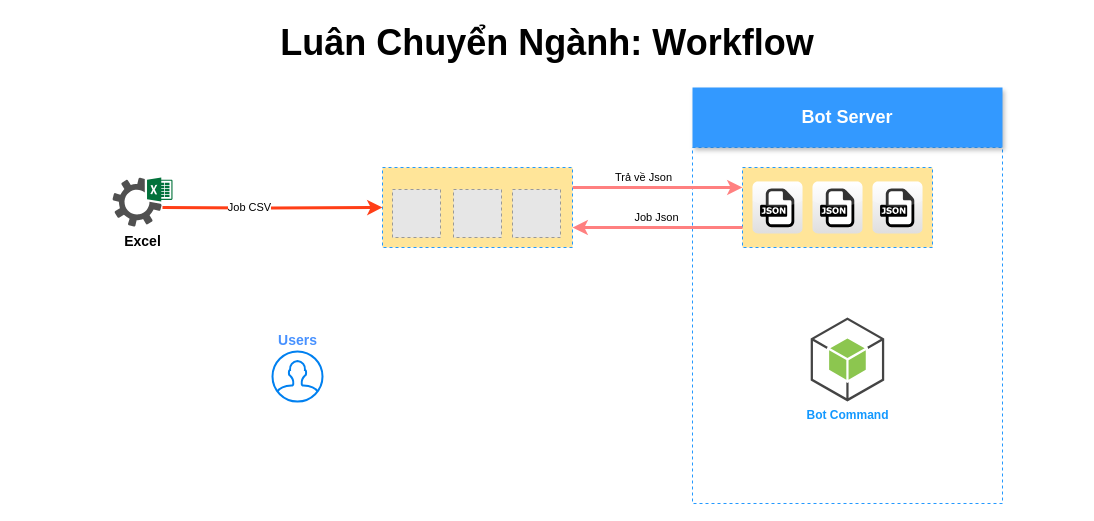
Earlier version of the draw.io diagram page "LCN Schema" (2 of 2) of Untitled Diagram.drawio (moondoan/chart). Source tidied: cells renumbered, new cells numbered last; positions are measured from the earlier drawing's top-left corner, leaving out a move shared by most shapes. Both pictures are drawn from the tidied source at 100%, with x=0, y=0 at pixel (17, 17). Pictures stored in the file or linked from it are replaced by grey dashed boxes.
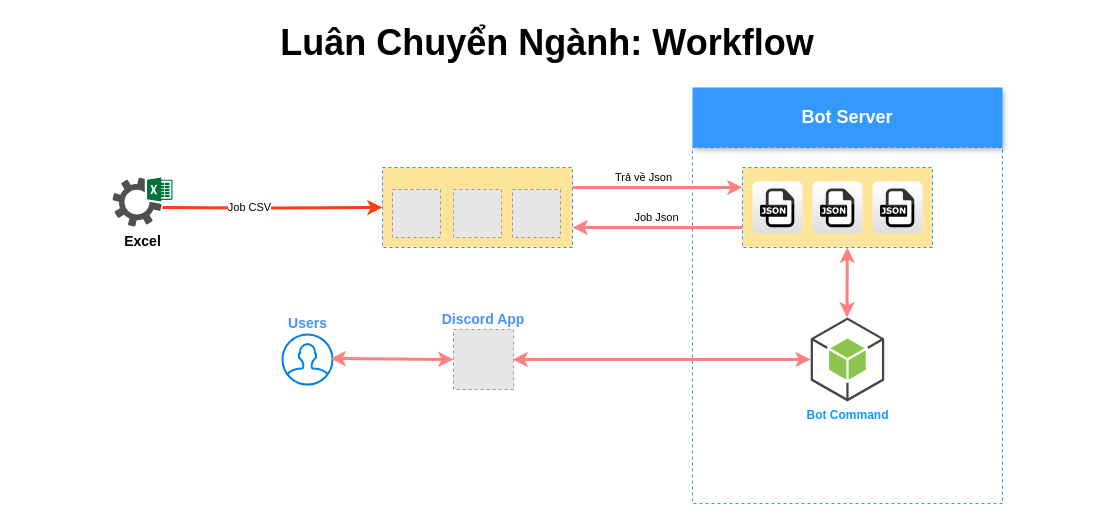
After the change.

Unchanged cells that the change refers to:
```xml
<mxCell id="20" value="&lt;font color=&quot;#1298ff&quot;&gt;&lt;b&gt;Bot Command&lt;br&gt;&lt;/b&gt;&lt;/font&gt;" style="outlineConnect=0;dashed=0;verticalLabelPosition=bottom;verticalAlign=top;align=center;html=1;shape=mxgraph.aws3.android;fillColor=#8CC64F;gradientColor=none;fontFamily=Helvetica;fontSize=12;fontColor=default;labelPosition=center;" parent="1" vertex="1">
  <mxGeometry x="793.2" y="300" width="73.5" height="84" as="geometry" />
</mxCell>
```

Change to the diagram source:
```diff
@@
     <mxCell id="21" value="&lt;div style=&quot;font-size: 14px;&quot;&gt;&lt;font style=&quot;font-size: 14px;&quot; color=&quot;#4791ff&quot;&gt;&lt;b style=&quot;font-size: 14px;&quot;&gt;Users&lt;/b&gt;&lt;/font&gt;&lt;/div&gt;" style="html=1;verticalLabelPosition=top;align=center;labelBackgroundColor=#ffffff;verticalAlign=bottom;strokeWidth=2;strokeColor=#0080F0;shadow=0;dashed=0;shape=mxgraph.ios7.icons.user;labelPosition=center;fontSize=14;spacingTop=5;" parent="1" vertex="1">
-      <mxGeometry x="255" y="334" width="50" height="50" as="geometry" />
+      <mxGeometry x="265" y="317" width="50" height="50" as="geometry" />
     </mxCell>
+    <mxCell id="22" style="edgeStyle=none;rounded=0;jettySize=auto;html=1;strokeColor=#ff8080;strokeWidth=3;entryX=0;entryY=0.25;entryDx=0;entryDy=0;exitX=1;exitY=0.25;exitDx=0;exitDy=0;startArrow=classic;startFill=1;" parent="1" edge="1" source="24">
+      <mxGeometry relative="1" as="geometry">
+        <mxPoint x="475" y="349.5" as="targetPoint" />
+      </mxGeometry>
+    </mxCell>
+    <mxCell id="23" style="edgeStyle=none;rounded=0;jettySize=auto;html=1;strokeColor=#ff8080;strokeWidth=3;exitX=0.96;exitY=0.48;exitDx=0;exitDy=0;startArrow=classic;startFill=1;entryX=0;entryY=0.5;entryDx=0;entryDy=0;exitPerimeter=0;" parent="1" edge="1" source="21" target="24">
+      <mxGeometry relative="1" as="geometry" />
+    </mxCell>
+    <mxCell id="24" value="Discord App" style="fillColor=#E6E6E6;strokeColor=#999999;dashed=1;verticalLabelPosition=top;verticalAlign=bottom;fontFamily=Helvetica;fontSize=14;fontStyle=1;fontColor=#4791FF;labelPosition=center;align=center;" parent="1" vertex="1">
+      <mxGeometry x="436" y="312" width="60.1" height="60" as="geometry" />
+    </mxCell>
+    <mxCell id="25" style="edgeStyle=none;rounded=0;jettySize=auto;html=1;strokeColor=#ff8080;strokeWidth=3;startArrow=classic;startFill=1;" parent="1" edge="1" target="20">
+      <mxGeometry relative="1" as="geometry">
+        <mxPoint x="495" y="342" as="sourcePoint" />
+      </mxGeometry>
+    </mxCell>
+    <mxCell id="26" style="edgeStyle=none;rounded=0;orthogonalLoop=1;jettySize=auto;html=1;strokeColor=#ff8080;strokeWidth=3;startArrow=classic;startFill=1;" parent="1" edge="1">
+      <mxGeometry relative="1" as="geometry">
+        <mxPoint x="829.8" y="230" as="sourcePoint" />
+        <mxPoint x="829.5" y="300" as="targetPoint" />
+      </mxGeometry>
+    </mxCell>
```
